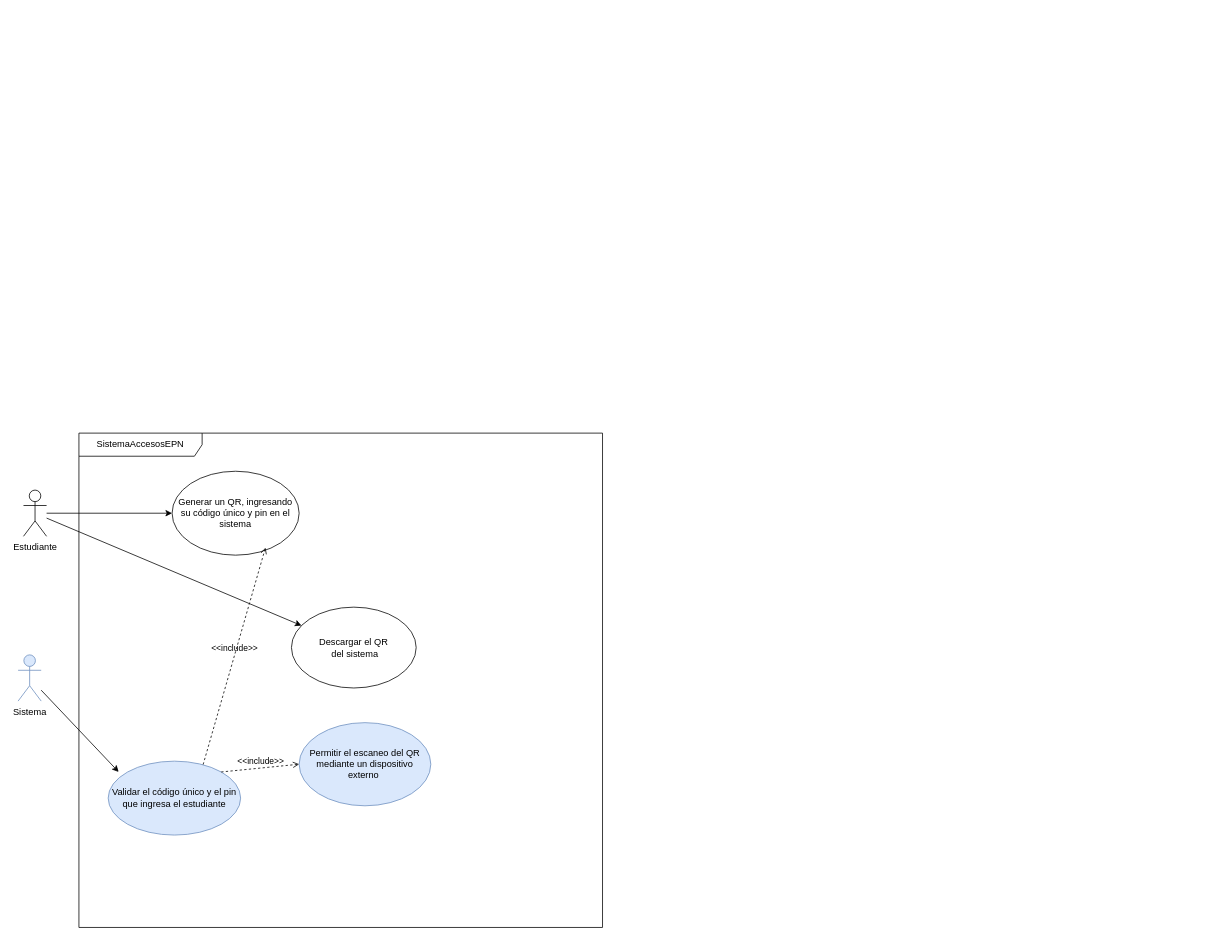
Earlier version of the draw.io diagram AccesoApp/design/1UseCase.drawio (Jhanavi128/Sistema_Control_AccesosEPN). Source tidied: cells renumbered, new cells numbered last; positions are measured from the earlier drawing's top-left corner, leaving out a move shared by most shapes. Both pictures are drawn from the tidied source at 77%, with x=0, y=0 at pixel (18, 433).
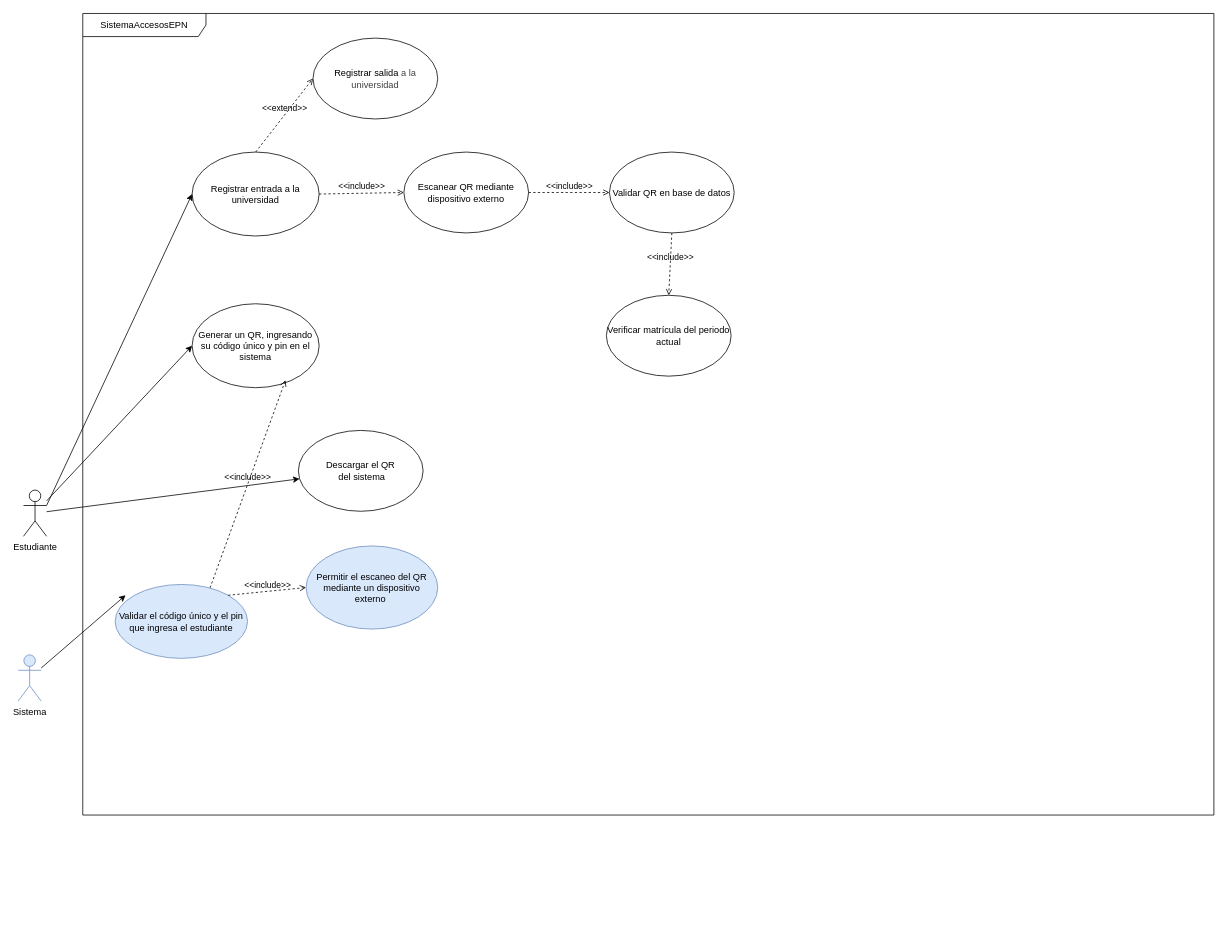
Above is the later version.

Unchanged cells that the change refers to:
```xml
<mxCell id="10" value="Estudiante" style="shape=umlActor;verticalLabelPosition=bottom;verticalAlign=top;html=1;" parent="1" vertex="1">
  <mxGeometry x="7" y="74" width="30" height="60" as="geometry" />
</mxCell>
```

Diff of the diagram source:
```diff
@@
     <mxCell id="2" value="SistemaAccesosEPN" style="shape=umlFrame;whiteSpace=wrap;html=1;width=160;" parent="1" vertex="1">
-      <mxGeometry x="79" width="680" height="642" as="geometry" />
+      <mxGeometry x="84" y="-545" width="1469" height="1041" as="geometry" />
     </mxCell>
     <mxCell id="3" value="Generar un QR, ingresando su código único y pin en el sistema" style="ellipse;whiteSpace=wrap;html=1;" parent="2" vertex="1">
-      <mxGeometry x="121" y="49.5" width="165" height="109" as="geometry" />
+      <mxGeometry x="142" y="377" width="165" height="109" as="geometry" />
     </mxCell>
     <mxCell id="4" value="Validar el código único y el pin que ingresa el estudiante" style="ellipse;whiteSpace=wrap;html=1;fillColor=#dae8fc;strokeColor=#6c8ebf;" parent="2" vertex="1">
-      <mxGeometry x="38" y="426" width="172" height="96" as="geometry" />
+      <mxGeometry x="42" y="741.5" width="172" height="96" as="geometry" />
     </mxCell>
     <mxCell id="5" value="Descargar el QR&lt;div&gt;&amp;nbsp;del sistema&lt;/div&gt;" style="ellipse;whiteSpace=wrap;html=1;" parent="2" vertex="1">
-      <mxGeometry x="276" y="226" width="162" height="105" as="geometry" />
+      <mxGeometry x="280" y="541.5" width="162" height="105" as="geometry" />
     </mxCell>
     <mxCell id="6" value="Permitir el escaneo del QR mediante un dispositivo externo&amp;nbsp;" style="ellipse;whiteSpace=wrap;html=1;fillColor=#dae8fc;strokeColor=#6c8ebf;" parent="2" vertex="1">
-      <mxGeometry x="286" y="376" width="171" height="108" as="geometry" />
+      <mxGeometry x="290" y="691.5" width="171" height="108" as="geometry" />
     </mxCell>
@@
+    <mxCell id="14" value="Registrar entrada a la universidad" style="ellipse;whiteSpace=wrap;html=1;" parent="2" vertex="1">
+      <mxGeometry x="142" y="180" width="165" height="109" as="geometry" />
+    </mxCell>
+    <mxCell id="15" value="&lt;span style=&quot;color: rgb(0, 0, 0); text-align: left;&quot;&gt;Escanear QR mediante dispositivo externo&lt;/span&gt;" style="ellipse;whiteSpace=wrap;html=1;" parent="2" vertex="1">
+      <mxGeometry x="417" y="180" width="162" height="105" as="geometry" />
+    </mxCell>
+    <mxCell id="16" value="&lt;span style=&quot;color: rgb(0, 0, 0); text-align: left;&quot;&gt;Validar QR en base de datos&lt;/span&gt;" style="ellipse;whiteSpace=wrap;html=1;" parent="2" vertex="1">
+      <mxGeometry x="684" y="180" width="162" height="105" as="geometry" />
+    </mxCell>
+    <mxCell id="17" value="&lt;span style=&quot;color: rgb(0, 0, 0); text-align: left;&quot;&gt;Verificar matrícula del periodo actual&lt;/span&gt;" style="ellipse;whiteSpace=wrap;html=1;" parent="2" vertex="1">
+      <mxGeometry x="680" y="366" width="162" height="105" as="geometry" />
+    </mxCell>
+    <mxCell id="18" value="&amp;lt;&amp;lt;include&amp;gt;&amp;gt;" style="html=1;verticalAlign=bottom;labelBackgroundColor=none;endArrow=open;endFill=0;dashed=1;exitX=1;exitY=0.5;exitDx=0;exitDy=0;entryX=0;entryY=0.5;entryDx=0;entryDy=0;" parent="2" edge="1" source="14" target="15">
+      <mxGeometry relative="1" as="geometry" />
+    </mxCell>
+    <mxCell id="19" value="&amp;lt;&amp;lt;include&amp;gt;&amp;gt;" style="html=1;verticalAlign=bottom;labelBackgroundColor=none;endArrow=open;endFill=0;dashed=1;exitX=1;exitY=0.5;exitDx=0;exitDy=0;entryX=0;entryY=0.5;entryDx=0;entryDy=0;" parent="2" edge="1" source="15" target="16">
+      <mxGeometry relative="1" as="geometry" />
+    </mxCell>
+    <mxCell id="20" value="&amp;lt;&amp;lt;include&amp;gt;&amp;gt;" style="html=1;verticalAlign=bottom;labelBackgroundColor=none;endArrow=open;endFill=0;dashed=1;exitX=0.5;exitY=1;exitDx=0;exitDy=0;entryX=0.5;entryY=0;entryDx=0;entryDy=0;" parent="2" edge="1" source="16" target="17">
+      <mxGeometry relative="1" as="geometry" />
+    </mxCell>
+    <mxCell id="21" value="Registrar salida&lt;span style=&quot;background-color: transparent; color: rgb(63, 63, 63);&quot;&gt;&amp;nbsp;a la universidad&lt;/span&gt;" style="ellipse;whiteSpace=wrap;html=1;" parent="2" vertex="1">
+      <mxGeometry x="299" y="32" width="162" height="105" as="geometry" />
+    </mxCell>
+    <mxCell id="22" value="&amp;lt;&amp;lt;extend&amp;gt;&amp;gt;" style="html=1;verticalAlign=bottom;labelBackgroundColor=none;endArrow=open;endFill=0;dashed=1;exitX=0.5;exitY=0;exitDx=0;exitDy=0;entryX=0;entryY=0.5;entryDx=0;entryDy=0;" parent="2" edge="1" source="14" target="21">
+      <mxGeometry relative="1" as="geometry" />
+    </mxCell>
@@
+    <mxCell id="23" style="edgeStyle=none;html=1;entryX=0;entryY=0.5;entryDx=0;entryDy=0;exitX=1;exitY=0.3333333333333333;exitDx=0;exitDy=0;exitPerimeter=0;" parent="1" edge="1" source="10" target="14">
+      <mxGeometry relative="1" as="geometry" />
+    </mxCell>
```
